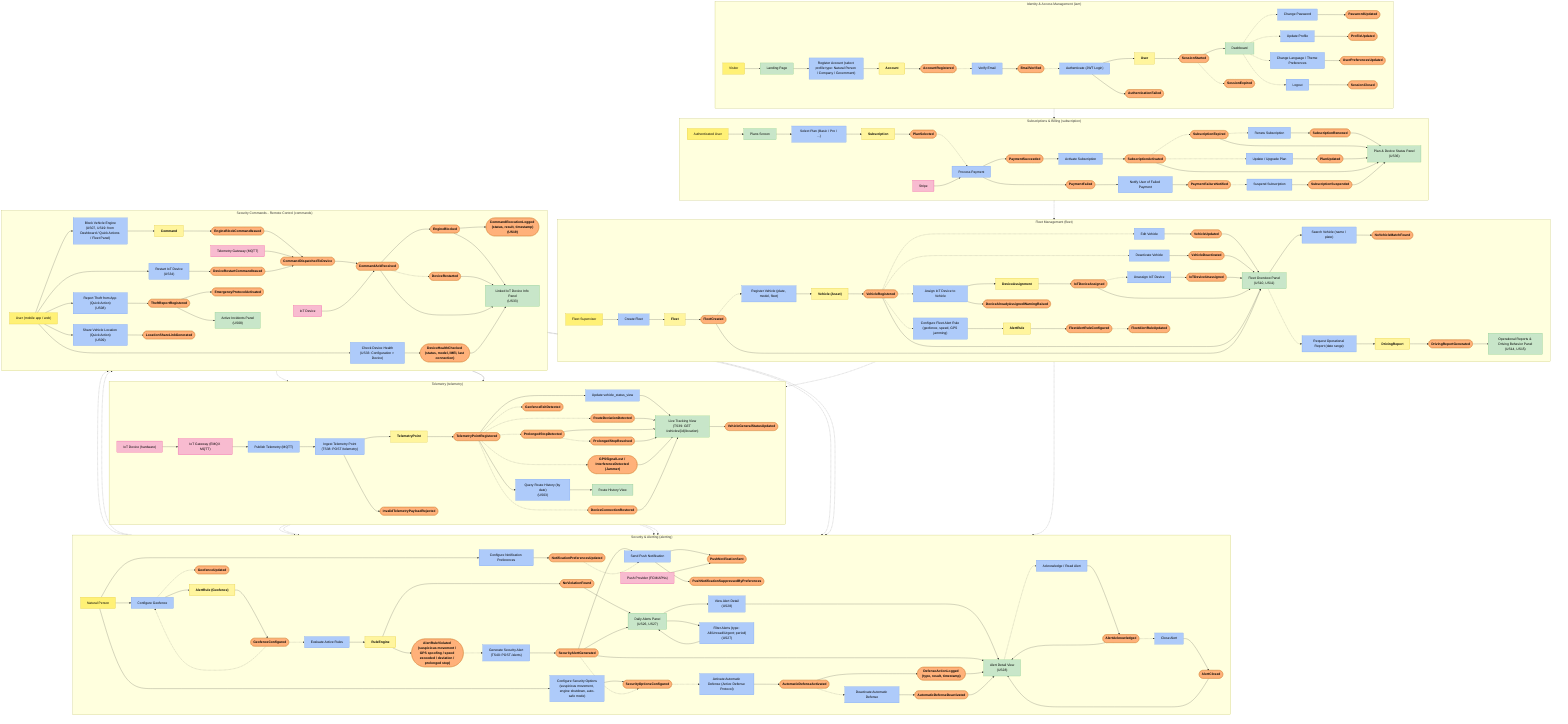
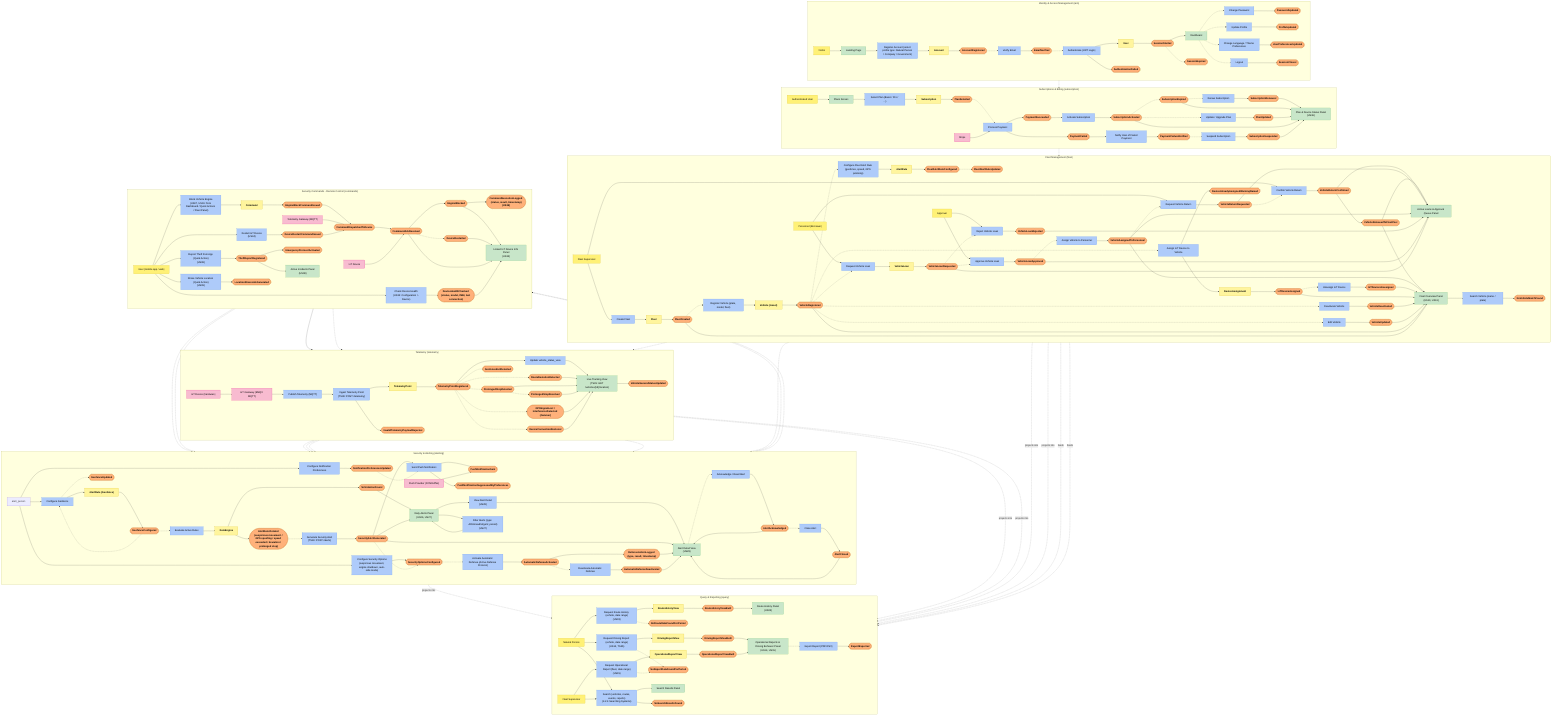
flowchart TB

  subgraph IAM["Identity & Access Management (iam)"]
    direction LR
    iam_visitor["Visitor"]:::actor
    iam_landing["Landing Page"]:::ui
    iam_register_cmd["Register Account (select profile type: Natural Person / Company / Government)"]:::command
    iam_account["Account"]:::aggregate
    iam_account_registered(["AccountRegistered"]):::event

    iam_verify_cmd["Verify Email"]:::command
    iam_email_verified(["EmailVerified"]):::event

    iam_login_cmd["Authenticate (JWT Login)"]:::command
    iam_user["User"]:::aggregate
    iam_session_started(["SessionStarted"]):::event
    iam_auth_failed(["AuthenticationFailed"]):::event

    iam_change_pw_cmd["Change Password"]:::command
    iam_pw_updated(["PasswordUpdated"]):::event

    iam_update_profile_cmd["Update Profile"]:::command
    iam_profile_updated(["ProfileUpdated"]):::event

    iam_change_lang_theme_cmd["Change Language / Theme Preferences"]:::command
    iam_preferences_updated(["UserPreferencesUpdated"]):::event

    iam_logout_cmd["Logout"]:::command
    iam_session_closed(["SessionClosed"]):::event
    iam_session_expired(["SessionExpired"]):::event

    iam_dashboard["Dashboard"]:::readmodel

    iam_visitor --> iam_landing --> iam_register_cmd --> iam_account --> iam_account_registered
    iam_account_registered -.-> iam_verify_cmd --> iam_email_verified
    iam_email_verified -.-> iam_login_cmd
    iam_login_cmd --> iam_user --> iam_session_started --> iam_dashboard
    iam_login_cmd --> iam_auth_failed

    iam_dashboard -.-> iam_change_pw_cmd --> iam_pw_updated
    iam_dashboard -.-> iam_update_profile_cmd --> iam_profile_updated
    iam_dashboard -.-> iam_change_lang_theme_cmd --> iam_preferences_updated
    iam_dashboard -.-> iam_logout_cmd --> iam_session_closed
    iam_session_started -.-> iam_session_expired
  end

  subgraph FLEET["Fleet Management (fleet)"]
    direction LR
    fleet_supervisor["Fleet Supervisor"]:::actor
+     fleet_personnel["Personnel (Borrower)"]:::actor
+     fleet_approver["Approver"]:::actor

    fleet_create_cmd["Create Fleet"]:::command
    fleet_aggregate["Fleet"]:::aggregate
    fleet_created(["FleetCreated"]):::event

    fleet_register_vehicle_cmd["Register Vehicle (plate, model, fleet)"]:::command
    fleet_vehicle["Vehicle (Asset)"]:::aggregate
    fleet_vehicle_registered(["VehicleRegistered"]):::event

    fleet_update_vehicle_cmd["Edit Vehicle"]:::command
    fleet_vehicle_updated(["VehicleUpdated"]):::event

    fleet_deactivate_vehicle_cmd["Deactivate Vehicle"]:::command
    fleet_vehicle_deactivated(["VehicleDeactivated"]):::event

    fleet_assign_device_cmd["Assign IoT Device to Vehicle"]:::command
    fleet_device_assignment["DeviceAssignment"]:::aggregate
    fleet_device_assigned(["IoTDeviceAssigned"]):::event
    fleet_device_already_assigned(["DeviceAlreadyAssignedWarningRaised"]):::event

    fleet_unassign_device_cmd["Unassign IoT Device"]:::command
    fleet_device_unassigned(["IoTDeviceUnassigned"]):::event

    fleet_configure_alert_cmd["Configure Fleet Alert Rule (geofence, speed, GPS jamming)"]:::command
    fleet_alert_rule["AlertRule"]:::aggregate
    fleet_alert_rule_configured(["FleetAlertRuleConfigured"]):::event
    fleet_alert_rule_updated(["FleetAlertRuleUpdated"]):::event

    fleet_search_cmd["Search Vehicle (name / plate)"]:::command
    fleet_search_no_match(["NoVehicleMatchFound"]):::event

-     fleet_request_report_cmd["Request Operational Report (date range)"]:::command
-     fleet_driving_report["DrivingReport"]:::aggregate
-     fleet_driving_report_generated(["DrivingReportGenerated"]):::event
+   %% ===== Vehicle Loan workflow =====
+     fleet_request_loan_cmd["Request Vehicle Loan"]:::command
+     fleet_vehicle_loan["VehicleLoan"]:::aggregate
+     fleet_loan_requested(["VehicleLoanRequested"]):::event
+ 
+     fleet_approve_loan_cmd["Approve Vehicle Loan"]:::command
+     fleet_loan_approved(["VehicleLoanApproved"]):::event
+     fleet_reject_loan_cmd["Reject Vehicle Loan"]:::command
+     fleet_loan_rejected(["VehicleLoanRejected"]):::event
+ 
+     fleet_assign_vehicle_cmd["Assign Vehicle to Personnel"]:::command
+     fleet_vehicle_assigned_to_personnel(["VehicleAssignedToPersonnel"]):::event
+ 
+     fleet_request_return_cmd["Request Vehicle Return"]:::command
+     fleet_return_requested(["VehicleReturnRequested"]):::event
+ 
+     fleet_confirm_return_cmd["Confirm Vehicle Return"]:::command
+     fleet_return_confirmed(["VehicleReturnConfirmed"]):::event
+     fleet_vehicle_released(["VehicleReleasedToFleetPool"]):::event
+ 
+     fleet_loans_panel["Active Loans & Approval Queue Panel"]:::readmodel

    fleet_panel["Fleet Overview Panel\n(US10, US11)"]:::readmodel
-     fleet_reports_panel["Operational Reports & Driving Behavior Panel\n(US14, US15)"]:::readmodel

    fleet_supervisor --> fleet_create_cmd --> fleet_aggregate --> fleet_created
    fleet_created -.-> fleet_register_vehicle_cmd
    fleet_register_vehicle_cmd --> fleet_vehicle --> fleet_vehicle_registered
    fleet_vehicle_registered -.-> fleet_update_vehicle_cmd --> fleet_vehicle_updated
    fleet_vehicle_registered -.-> fleet_deactivate_vehicle_cmd --> fleet_vehicle_deactivated

    fleet_vehicle_registered -.-> fleet_assign_device_cmd
    fleet_assign_device_cmd --> fleet_device_assignment --> fleet_device_assigned
    fleet_assign_device_cmd --> fleet_device_already_assigned
    fleet_device_assigned -.-> fleet_unassign_device_cmd --> fleet_device_unassigned

    fleet_vehicle_registered -.-> fleet_configure_alert_cmd
    fleet_configure_alert_cmd --> fleet_alert_rule --> fleet_alert_rule_configured
    fleet_alert_rule_configured -.-> fleet_alert_rule_updated
+ 
+   %% Loan request -> approval
+     fleet_vehicle_registered -.-> fleet_request_loan_cmd
+     fleet_personnel --> fleet_request_loan_cmd --> fleet_vehicle_loan --> fleet_loan_requested
+     fleet_loan_requested -.-> fleet_approve_loan_cmd
+     fleet_loan_requested -.-> fleet_reject_loan_cmd
+     fleet_approver --> fleet_approve_loan_cmd --> fleet_loan_approved
+     fleet_approver --> fleet_reject_loan_cmd --> fleet_loan_rejected
+ 
+   %% Approval -> assignment
+     fleet_loan_approved -.-> fleet_assign_vehicle_cmd
+     fleet_assign_vehicle_cmd --> fleet_vehicle_assigned_to_personnel
+ 
+   %% Return flow
+     fleet_vehicle_assigned_to_personnel -.-> fleet_request_return_cmd
+     fleet_personnel --> fleet_request_return_cmd --> fleet_return_requested
+     fleet_return_requested -.-> fleet_confirm_return_cmd
+     fleet_supervisor --> fleet_confirm_return_cmd --> fleet_return_confirmed --> fleet_vehicle_released
+ 
+   %% Loans feed read model
+     fleet_loan_requested --> fleet_loans_panel
+     fleet_loan_approved --> fleet_loans_panel
+     fleet_loan_rejected --> fleet_loans_panel
+     fleet_vehicle_assigned_to_personnel --> fleet_loans_panel
+     fleet_return_requested --> fleet_loans_panel
+     fleet_return_confirmed --> fleet_loans_panel
+     fleet_vehicle_released --> fleet_loans_panel

    fleet_created --> fleet_panel
    fleet_vehicle_registered --> fleet_panel
    fleet_vehicle_updated --> fleet_panel
    fleet_vehicle_deactivated --> fleet_panel
    fleet_device_assigned --> fleet_panel
    fleet_device_unassigned --> fleet_panel
+     fleet_vehicle_assigned_to_personnel --> fleet_panel
+     fleet_vehicle_released --> fleet_panel
    fleet_panel --> fleet_search_cmd
    fleet_search_cmd --> fleet_search_no_match
- 
-     fleet_panel -.-> fleet_request_report_cmd
-     fleet_request_report_cmd --> fleet_driving_report --> fleet_driving_report_generated --> fleet_reports_panel
  end

  subgraph SUBSCRIPTION["Subscriptions & Billing (subscription)"]
    direction LR
    sub_authenticated_user["Authenticated User"]:::actor
    sub_plans_screen["Plans Screen"]:::ui
    sub_select_plan_cmd["Select Plan (Basic / Pro / ...)"]:::command
    sub_subscription["Subscription"]:::aggregate
    sub_plan_selected(["PlanSelected"]):::event

    sub_stripe["Stripe"]:::external
    sub_process_payment_cmd["Process Payment"]:::command
    sub_payment_succeeded(["PaymentSucceeded"]):::event
    sub_activate_account_cmd["Activate Subscription"]:::command
    sub_subscription_activated(["SubscriptionActivated"]):::event

    sub_payment_failed(["PaymentFailed"]):::event
    sub_notify_user_cmd["Notify User of Failed Payment"]:::command
    sub_notification_sent(["PaymentFailureNotified"]):::event
    sub_suspend_cmd["Suspend Subscription"]:::command
    sub_subscription_suspended(["SubscriptionSuspended"]):::event

    sub_renew_cmd["Renew Subscription"]:::command
    sub_subscription_renewed(["SubscriptionRenewed"]):::event
    sub_subscription_expired(["SubscriptionExpired"]):::event

    sub_update_plan_cmd["Update / Upgrade Plan"]:::command
    sub_plan_updated(["PlanUpdated"]):::event

    sub_panel["Plan & Device Status Panel\n(US36)"]:::readmodel

    sub_authenticated_user --> sub_plans_screen --> sub_select_plan_cmd --> sub_subscription --> sub_plan_selected
    sub_plan_selected -.-> sub_process_payment_cmd
    sub_stripe --> sub_process_payment_cmd
    sub_process_payment_cmd --> sub_payment_succeeded --> sub_activate_account_cmd --> sub_subscription_activated
    sub_process_payment_cmd --> sub_payment_failed --> sub_notify_user_cmd --> sub_notification_sent
    sub_notification_sent -.-> sub_suspend_cmd --> sub_subscription_suspended

    sub_subscription_activated -.-> sub_subscription_expired
    sub_subscription_expired -.-> sub_renew_cmd --> sub_subscription_renewed
    sub_subscription_activated -.-> sub_update_plan_cmd --> sub_plan_updated

    sub_subscription_activated --> sub_panel
    sub_subscription_renewed --> sub_panel
    sub_subscription_suspended --> sub_panel
    sub_subscription_expired --> sub_panel
    sub_plan_updated --> sub_panel
  end

  subgraph TELEMETRY["Telemetry (telemetry)"]
    direction LR
    tel_device["IoT Device (hardware)"]:::external
    tel_gateway["IoT Gateway (EMQX MQTT)"]:::external
    tel_publish_cmd["Publish Telemetry (MQTT)"]:::command

    tel_ingest_cmd["Ingest Telemetry Point\n(TS38: POST /telemetry)"]:::command
    tel_telemetry_point["TelemetryPoint"]:::aggregate
    tel_point_registered(["TelemetryPointRegistered"]):::event
    tel_invalid_payload(["InvalidTelemetryPayloadRejected"]):::event

    tel_update_status_cmd["Update vehicle_status_view"]:::command
    tel_location_realtime["Live Tracking View\n(TS39: GET /vehicles/{id}/location)"]:::readmodel
    tel_vehicle_general_status(["VehicleGeneralStatusUpdated"]):::event

    tel_route_deviation(["RouteDeviationDetected"]):::event
    tel_prolonged_stop(["ProlongedStopDetected"]):::event
    tel_stop_resolved(["ProlongedStopResolved"]):::event
    tel_gps_signal_lost(["GPSSignalLost / InterferenceDetected (Jammer)"]):::event
    tel_geofence_exit(["GeofenceExitDetected"]):::event
    tel_device_reconnected(["DeviceConnectionRestored"]):::event

-     tel_query_history_cmd["Query Route History (by date)\n(US03)"]:::command
-     tel_route_history["Route History View"]:::readmodel
- 
    tel_device --> tel_gateway --> tel_publish_cmd --> tel_ingest_cmd
    tel_ingest_cmd --> tel_telemetry_point --> tel_point_registered
    tel_ingest_cmd --> tel_invalid_payload

    tel_point_registered --> tel_update_status_cmd --> tel_location_realtime --> tel_vehicle_general_status

    tel_point_registered -.-> tel_route_deviation
    tel_point_registered -.-> tel_prolonged_stop
    tel_prolonged_stop -.-> tel_stop_resolved
    tel_point_registered -.-> tel_gps_signal_lost
    tel_point_registered -.-> tel_geofence_exit
    tel_point_registered -.-> tel_device_reconnected

    tel_route_deviation --> tel_location_realtime
    tel_prolonged_stop --> tel_location_realtime
    tel_stop_resolved --> tel_location_realtime
    tel_gps_signal_lost --> tel_location_realtime
    tel_device_reconnected --> tel_location_realtime
- 
-     tel_point_registered --> tel_query_history_cmd --> tel_route_history
+   end
+ 
+   subgraph QUERY["Query & Reporting (query)"]
+     direction LR
+     query_owner["Natural Person"]:::actor
+     query_supervisor["Fleet Supervisor"]:::actor
+ 
+   %% ===== Route History (US03) =====
+     query_request_route_history_cmd["Request Route History (vehicle, date range)\n(US03)"]:::command
+     query_route_history_view["RouteHistoryView"]:::aggregate
+     query_route_history_built(["RouteHistoryViewBuilt"]):::event
+     query_route_history_no_data(["NoRouteDataFoundForPeriod"]):::event
+ 
+     query_route_history_panel["Route History Panel\n(US03)"]:::readmodel
+ 
+   %% ===== Driving Behavior / Operational Reports (US14, US15, TS45) =====
+     query_request_driving_report_cmd["Request Driving Report (vehicle, date range)\n(US14, TS45)"]:::command
+     query_driving_report_view["DrivingReportView"]:::aggregate
+     query_driving_report_built(["DrivingReportViewBuilt"]):::event
+ 
+     query_request_operational_report_cmd["Request Operational Report (fleet, date range)\n(US15)"]:::command
+     query_operational_report_view["OperationalReportView"]:::aggregate
+     query_operational_report_built(["OperationalReportViewBuilt"]):::event
+     query_report_no_data(["NoReportDataFoundForPeriod"]):::event
+ 
+     query_reports_panel["Operational Reports & Driving Behavior Panel\n(US14, US15)"]:::readmodel
+ 
+   %% ===== Generic search (cross-entity) =====
+     query_search_cmd["Search (vehicles, routes, events, reports)\n(4.2.4 Searching Systems)"]:::command
+     query_search_no_match(["NoSearchResultsFound"]):::event
+     query_search_results_panel["Search Results Panel"]:::readmodel
+ 
+   %% ===== Export =====
+     query_export_cmd["Export Report (PDF/CSV)"]:::command
+     query_report_exported(["ReportExported"]):::event
+ 
+     query_owner --> query_request_route_history_cmd --> query_route_history_view --> query_route_history_built --> query_route_history_panel
+     query_request_route_history_cmd -.-> query_route_history_no_data
+ 
+     query_owner --> query_request_driving_report_cmd --> query_driving_report_view --> query_driving_report_built --> query_reports_panel
+     query_supervisor --> query_request_operational_report_cmd --> query_operational_report_view --> query_operational_report_built --> query_reports_panel
+     query_request_operational_report_cmd -.-> query_report_no_data
+     query_request_driving_report_cmd -.-> query_report_no_data
+ 
+     query_owner --> query_search_cmd --> query_search_results_panel
+     query_supervisor --> query_search_cmd
+     query_search_cmd --> query_search_no_match
+ 
+     query_reports_panel -.-> query_export_cmd --> query_report_exported
  end

  subgraph ALERTING["Security & Alerting (alerting)"]
    direction LR
-     alert_person["Natural Person"]:::actor

    alert_configure_geofence_cmd["Configure Geofence"]:::command
    alert_rule_geofence["AlertRule (Geofence)"]:::aggregate
    alert_geofence_configured(["GeofenceConfigured"]):::event
    alert_geofence_updated(["GeofenceUpdated"]):::event

    alert_configure_security_options_cmd["Configure Security Options\n(suspicious movement, engine shutdown, auto-safe mode)"]:::command
    alert_security_options_configured(["SecurityOptionsConfigured"]):::event

    alert_configure_notifications_cmd["Configure Notification Preferences"]:::command
    alert_notification_prefs_updated(["NotificationPreferencesUpdated"]):::event

    alert_evaluate_rules_cmd["Evaluate Active Rules"]:::command
    alert_rule_engine["RuleEngine"]:::aggregate
    alert_rule_violated(["AlertRuleViolated (suspicious movement / GPS spoofing / speed exceeded / deviation / prolonged stop)"]):::event
    alert_no_violation(["NoViolationFound"]):::event

    alert_generate_cmd["Generate Security Alert\n(TS40: POST /alerts)"]:::command
    alert_critical_generated(["SecurityAlertGenerated"]):::event
    alert_send_push_cmd["Send Push Notification"]:::command

    alert_push_provider["Push Provider (FCM/APNs)"]:::external
    alert_push_sent(["PushNotificationSent"]):::event
    alert_push_suppressed(["PushNotificationSuppressedByPreferences"]):::event

    alert_filter_cmd["Filter Alerts (type: All/Unread/Urgent; period)\n(US27)"]:::command
    alert_view_detail_cmd["View Alert Detail\n(US28)"]:::command

    alert_acknowledge_cmd["Acknowledge / Read Alert"]:::command
    alert_acknowledged(["AlertAcknowledged"]):::event
    alert_close_cmd["Close Alert"]:::command
    alert_closed(["AlertClosed"]):::event

    alert_activate_defense_cmd["Activate Automatic Defense (Active Defense Protocol)"]:::command
    alert_defense_activated(["AutomaticDefenseActivated"]):::event
    alert_defense_result_logged(["DefenseActionLogged (type, result, timestamp)"]):::event
    alert_deactivate_defense_cmd["Deactivate Automatic Defense"]:::command
    alert_defense_deactivated(["AutomaticDefenseDeactivated"]):::event

    alert_daily_panel["Daily Alerts Panel\n(US26, US27)"]:::readmodel
    alert_detail["Alert Detail View\n(US28)"]:::readmodel

    alert_person --> alert_configure_geofence_cmd --> alert_rule_geofence --> alert_geofence_configured
    alert_geofence_configured -.-> alert_configure_geofence_cmd
    alert_configure_geofence_cmd -.-> alert_geofence_updated

    alert_person --> alert_configure_security_options_cmd --> alert_security_options_configured
    alert_person --> alert_configure_notifications_cmd --> alert_notification_prefs_updated

    alert_geofence_configured -.-> alert_evaluate_rules_cmd
    tel_geofence_exit -.-> alert_evaluate_rules_cmd
    tel_route_deviation -.-> alert_evaluate_rules_cmd
    tel_prolonged_stop -.-> alert_evaluate_rules_cmd
    tel_gps_signal_lost -.-> alert_evaluate_rules_cmd

    alert_evaluate_rules_cmd --> alert_rule_engine
    alert_rule_engine --> alert_rule_violated
    alert_rule_engine --> alert_no_violation
    alert_no_violation --> alert_daily_panel

    alert_rule_violated -.-> alert_generate_cmd
    alert_generate_cmd --> alert_critical_generated --> alert_send_push_cmd

    alert_notification_prefs_updated -.-> alert_send_push_cmd
    alert_send_push_cmd --> alert_push_sent
    alert_send_push_cmd --> alert_push_suppressed
    alert_push_provider --> alert_push_sent

    alert_critical_generated -.-> alert_security_options_configured
    alert_security_options_configured -.-> alert_activate_defense_cmd
    alert_activate_defense_cmd --> alert_defense_activated --> alert_defense_result_logged
    alert_defense_activated -.-> alert_deactivate_defense_cmd --> alert_defense_deactivated

    alert_daily_panel --> alert_filter_cmd --> alert_daily_panel
    alert_daily_panel --> alert_view_detail_cmd --> alert_detail
    alert_detail -.-> alert_acknowledge_cmd --> alert_acknowledged
    alert_acknowledged -.-> alert_close_cmd --> alert_closed

    alert_critical_generated --> alert_daily_panel
    alert_critical_generated --> alert_detail
    alert_acknowledged --> alert_detail
    alert_closed --> alert_detail
    alert_defense_result_logged --> alert_detail
    alert_defense_deactivated --> alert_detail
  end

  subgraph COMMANDS["Security Commands - Remote Control (commands)"]
    direction LR
    cmd_user["User (mobile app / web)"]:::actor

    cmd_block_engine["Block Vehicle Engine\n(US07, US19: from Dashboard / Quick Actions / Fleet Panel)"]:::command
    cmd_aggregate["Command"]:::aggregate
    cmd_issued(["EngineBlockCommandIssued"]):::event

    cmd_gateway["Telemetry Gateway (MQTT)"]:::external
    cmd_dispatched(["CommandDispatchedToDevice"]):::event

    cmd_device["IoT Device"]:::external
    cmd_ack_received(["CommandAckReceived"]):::event
    cmd_engine_blocked(["EngineBlocked"]):::event
    cmd_command_logged(["CommandExecutionLogged (status, result, timestamp)\n(US19)"]):::event

    cmd_restart_device_cmd["Restart IoT Device\n(US34)"]:::command
    cmd_restart_issued(["DeviceRestartCommandIssued"]):::event
    cmd_device_restarted(["DeviceRestarted"]):::event

    cmd_report_theft_cmd["Report Theft from App (Quick Action)\n(US08)"]:::command
    cmd_theft_reported(["TheftReportRegistered"]):::event
    cmd_emergency_protocol(["EmergencyProtocolActivated"]):::event

    cmd_share_location_cmd["Share Vehicle Location (Quick Action)\n(US09)"]:::command
    cmd_share_link_generated(["LocationShareLinkGenerated"]):::event

    cmd_health_check_cmd["Check Device Health\n(US33: Configuration > Device)"]:::command
    cmd_health_checked(["DeviceHealthChecked (status, model, IMEI, last connection)"]):::event

    cmd_device_info["Linked IoT Device Info Panel\n(US33)"]:::readmodel
    cmd_active_incidents["Active Incidents Panel\n(US08)"]:::readmodel

    cmd_user --> cmd_block_engine
    alert_critical_generated -.-> cmd_block_engine
    alert_activate_defense_cmd -.-> cmd_block_engine

    cmd_block_engine --> cmd_aggregate --> cmd_issued --> cmd_dispatched
    cmd_gateway --> cmd_dispatched
    cmd_dispatched --> cmd_ack_received
    cmd_device --> cmd_ack_received
    cmd_ack_received --> cmd_engine_blocked --> cmd_command_logged
    cmd_engine_blocked --> tel_location_realtime

    cmd_user --> cmd_restart_device_cmd --> cmd_restart_issued --> cmd_dispatched
    cmd_ack_received -.-> cmd_device_restarted
    cmd_device_restarted -.-> tel_device_reconnected
    cmd_device_restarted --> cmd_device_info

    cmd_user --> cmd_report_theft_cmd --> cmd_theft_reported --> cmd_emergency_protocol
    cmd_theft_reported --> cmd_active_incidents
    cmd_emergency_protocol -.-> alert_activate_defense_cmd
    cmd_emergency_protocol -.-> alert_generate_cmd

    cmd_user --> cmd_share_location_cmd --> cmd_share_link_generated

    cmd_user --> cmd_health_check_cmd --> cmd_health_checked --> cmd_device_info
    cmd_engine_blocked --> cmd_device_info
    cmd_ack_received --> cmd_device_info
  end

%% Cross-context integration
  iam_account_registered -.-> sub_subscription
  sub_subscription_activated -.-> fleet_aggregate
  fleet_device_assigned -.-> tel_telemetry_point
  fleet_alert_rule_configured -.-> alert_rule_engine
+ 
+ %% Query reads from Telemetry and Fleet (CQRS read-side projections)
+   tel_point_registered -.->|"projects into"| query_route_history_view
+   tel_point_registered -.->|"projects into"| query_driving_report_view
+   fleet_vehicle_registered -.->|"projects into"| query_operational_report_view
+   fleet_vehicle_assigned_to_personnel -.->|"projects into"| query_operational_report_view
+   alert_critical_generated -.->|"projects into"| query_operational_report_view
+   fleet_panel -.->|"feeds"| query_search_cmd
+   fleet_vehicle -.->|"feeds"| query_search_cmd

  classDef event fill:#FFB17A,stroke:#CC7A30,color:#000,font-weight:bold;
  classDef command fill:#AECBFA,stroke:#5B8DEF,color:#000;
  classDef aggregate fill:#FFF59D,stroke:#D4B106,color:#000,font-weight:bold;
  classDef actor fill:#FFF176,stroke:#D4B106,color:#000;
  classDef ui fill:#C8E6C9,stroke:#66BB6A,color:#000;
  classDef readmodel fill:#C8E6C9,stroke:#66BB6A,color:#000;
  classDef external fill:#F8BBD0,stroke:#E91E8C,color:#000;
  classDef trigger fill:#E0E0E0,stroke:#9E9E9E,color:#000,stroke-dasharray: 3 3;
